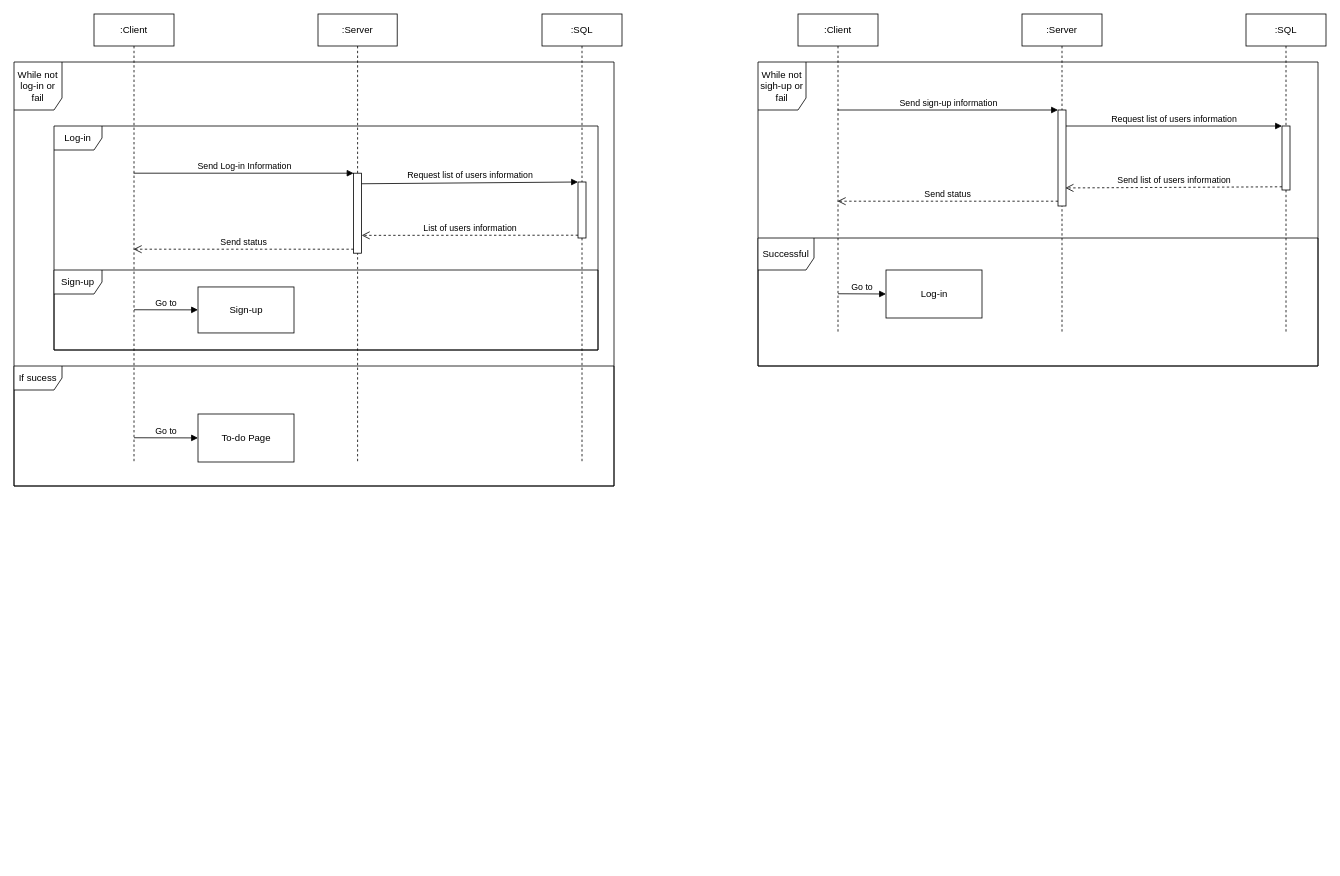
vip30service123/to_do_list_python keeps this draw.io diagram as page "Sequence Diagram" (2 of 5) of docs/diagram.drawio. Above is the earlier version. Source tidied: cells renumbered, new cells numbered last; positions are measured from the earlier drawing's top-left corner, leaving out a move shared by most shapes. Both pictures are drawn from the tidied source at 80%, with x=0, y=0 at pixel (14, 14).
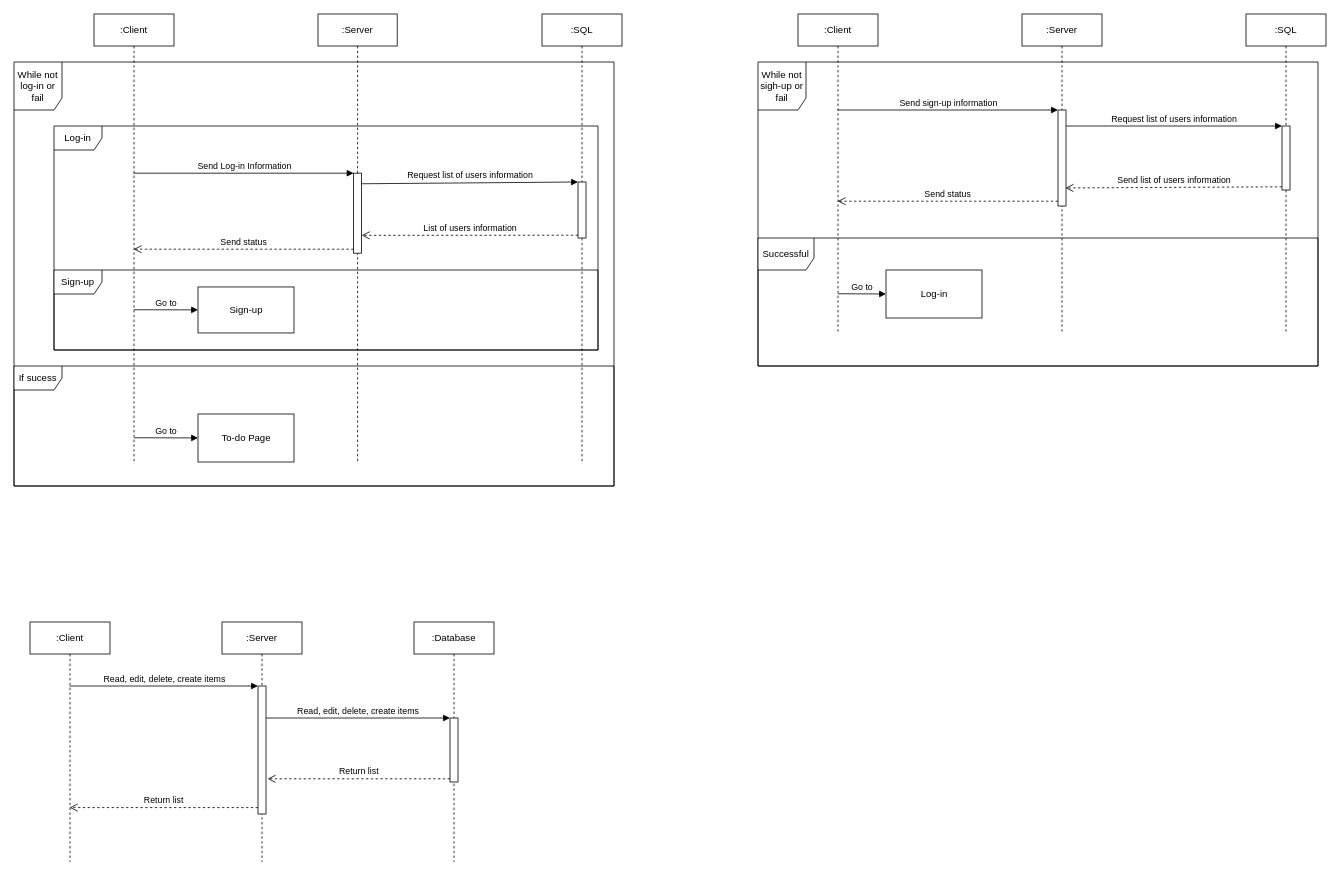
After the change.

Change to the diagram source:
```diff
@@
+    <mxCell id="32" value=":Client" style="shape=umlLifeline;perimeter=lifelinePerimeter;whiteSpace=wrap;html=1;outlineConnect=0;" parent="1" vertex="1">
+      <mxGeometry x="20" y="760" width="100" height="300" as="geometry" />
+    </mxCell>
+    <mxCell id="33" value=":Server" style="shape=umlLifeline;perimeter=lifelinePerimeter;whiteSpace=wrap;html=1;" parent="1" vertex="1">
+      <mxGeometry x="260" y="760" width="100" height="300" as="geometry" />
+    </mxCell>
+    <mxCell id="34" style="html=1;points=[];perimeter=orthogonalPerimeter;" parent="33" vertex="1">
+      <mxGeometry x="45" y="80" width="10" height="160" as="geometry" />
+    </mxCell>
+    <mxCell id="35" value=":Database" style="shape=umlLifeline;perimeter=lifelinePerimeter;whiteSpace=wrap;html=1;" parent="1" vertex="1">
+      <mxGeometry x="500" y="760" width="100" height="300" as="geometry" />
+    </mxCell>
+    <mxCell id="36" style="html=1;points=[];perimeter=orthogonalPerimeter;" parent="35" vertex="1">
+      <mxGeometry x="45" y="120" width="10" height="80" as="geometry" />
+    </mxCell>
+    <mxCell id="37" value="Read, edit, delete, create items" style="html=1;verticalAlign=bottom;endArrow=block;entryX=0;entryY=0;rounded=0;" parent="1" edge="1" source="32" target="34">
+      <mxGeometry relative="1" as="geometry" />
+    </mxCell>
+    <mxCell id="38" value="Return list" style="html=1;verticalAlign=bottom;endArrow=open;dashed=1;endSize=8;exitX=0;exitY=0.95;rounded=0;" parent="1" edge="1" source="34" target="32">
+      <mxGeometry relative="1" as="geometry" />
+    </mxCell>
+    <mxCell id="39" value="Read, edit, delete, create items" style="html=1;verticalAlign=bottom;endArrow=block;entryX=0;entryY=0;rounded=0;" parent="1" edge="1" source="34" target="36">
+      <mxGeometry relative="1" as="geometry" />
+    </mxCell>
+    <mxCell id="40" value="Return list" style="html=1;verticalAlign=bottom;endArrow=open;dashed=1;endSize=8;exitX=0;exitY=0.95;rounded=0;entryX=1.2;entryY=0.725;entryDx=0;entryDy=0;entryPerimeter=0;" parent="1" edge="1" source="36" target="34">
+      <mxGeometry relative="1" as="geometry" />
+    </mxCell>
```
